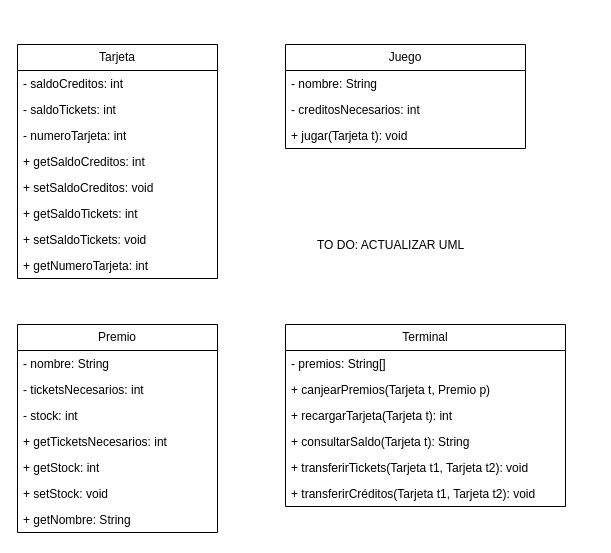
HugoDuranMachin/TrabajoRecreativos keeps this draw.io diagram as UML recreativa.drawio. Above is the earlier version. Source tidied: cells renumbered, new cells numbered last; positions are measured from the earlier drawing's top-left corner, leaving out a move shared by most shapes. Both pictures are drawn from the tidied source at 100%, with x=0, y=0 at pixel (17, 44).
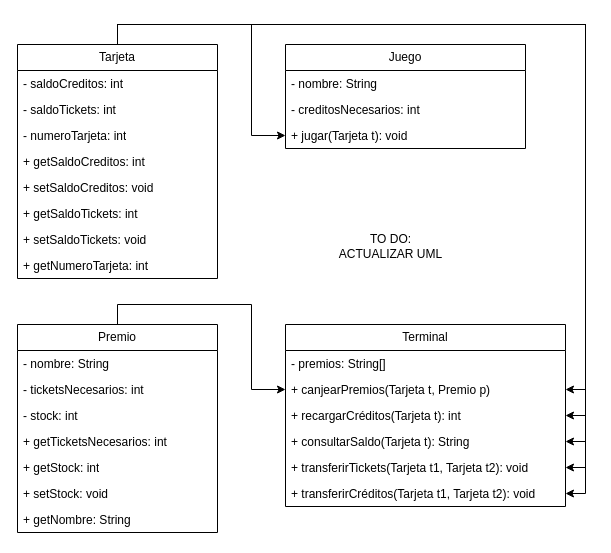
Above is the later version.

The change refers to these unchanged cells:
```xml
<mxCell id="2" value="Tarjeta" style="swimlane;fontStyle=0;horizontal=1;startSize=26;fillColor=none;whiteSpace=wrap;html=1;" parent="1" vertex="1">
  <mxGeometry width="200" height="234" as="geometry" />
</mxCell>
<mxCell id="14" value="+ jugar(Tarjeta t): void" style="text;strokeColor=none;fillColor=none;align=left;verticalAlign=top;spacingLeft=4;spacingRight=4;overflow=hidden;points=[[0,0.5],[1,0.5]];portConstraint=eastwest;whiteSpace=wrap;html=1;" parent="11" vertex="1">
  <mxGeometry y="78" width="240" height="26" as="geometry" />
</mxCell>
<mxCell id="15" value="Premio" style="swimlane;fontStyle=0;horizontal=1;startSize=26;fillColor=none;whiteSpace=wrap;html=1;" parent="1" vertex="1">
  <mxGeometry y="280" width="200" height="208" as="geometry" />
</mxCell>
<mxCell id="23" value="Terminal" style="swimlane;fontStyle=0;horizontal=1;startSize=26;fillColor=none;whiteSpace=wrap;html=1;" parent="1" vertex="1">
  <mxGeometry x="268" y="280" width="280" height="182" as="geometry" />
</mxCell>
<mxCell id="25" value="+ canjearPremios(Tarjeta t, Premio p)" style="text;strokeColor=none;fillColor=none;align=left;verticalAlign=top;spacingLeft=4;spacingRight=4;overflow=hidden;points=[[0,0.5],[1,0.5]];portConstraint=eastwest;whiteSpace=wrap;html=1;" parent="23" vertex="1">
  <mxGeometry y="52" width="280" height="26" as="geometry" />
</mxCell>
<mxCell id="27" value="+ consultarSaldo(Tarjeta t): String" style="text;strokeColor=none;fillColor=none;align=left;verticalAlign=top;spacingLeft=4;spacingRight=4;overflow=hidden;points=[[0,0.5],[1,0.5]];portConstraint=eastwest;whiteSpace=wrap;html=1;" parent="23" vertex="1">
  <mxGeometry y="104" width="280" height="26" as="geometry" />
</mxCell>
<mxCell id="28" value="+ transferirTickets(Tarjeta t1, Tarjeta t2): void" style="text;strokeColor=none;fillColor=none;align=left;verticalAlign=top;spacingLeft=4;spacingRight=4;overflow=hidden;points=[[0,0.5],[1,0.5]];portConstraint=eastwest;whiteSpace=wrap;html=1;" parent="23" vertex="1">
  <mxGeometry y="130" width="280" height="26" as="geometry" />
</mxCell>
<mxCell id="29" value="+ transferirCréditos(Tarjeta t1, Tarjeta t2): void" style="text;strokeColor=none;fillColor=none;align=left;verticalAlign=top;spacingLeft=4;spacingRight=4;overflow=hidden;points=[[0,0.5],[1,0.5]];portConstraint=eastwest;whiteSpace=wrap;html=1;" parent="23" vertex="1">
  <mxGeometry y="156" width="280" height="26" as="geometry" />
</mxCell>
```

Diff of the diagram source:
```diff
@@
+    <mxCell id="31" style="edgeStyle=orthogonalEdgeStyle;rounded=0;jettySize=auto;html=1;exitX=0.5;exitY=0;exitDx=0;exitDy=0;entryX=0;entryY=0.5;entryDx=0;entryDy=0;" parent="1" edge="1" source="2" target="14">
+      <mxGeometry relative="1" as="geometry" />
+    </mxCell>
+    <mxCell id="32" style="edgeStyle=orthogonalEdgeStyle;rounded=0;jettySize=auto;html=1;exitX=0.5;exitY=0;exitDx=0;exitDy=0;entryX=1;entryY=0.5;entryDx=0;entryDy=0;" parent="1" edge="1" source="2" target="25">
+      <mxGeometry relative="1" as="geometry" />
+    </mxCell>
+    <mxCell id="33" style="edgeStyle=orthogonalEdgeStyle;rounded=0;jettySize=auto;html=1;exitX=0.5;exitY=0;exitDx=0;exitDy=0;entryX=1;entryY=0.5;entryDx=0;entryDy=0;" parent="1" edge="1" source="2" target="23">
+      <mxGeometry relative="1" as="geometry" />
+    </mxCell>
+    <mxCell id="34" style="edgeStyle=orthogonalEdgeStyle;rounded=0;jettySize=auto;html=1;exitX=0.5;exitY=0;exitDx=0;exitDy=0;entryX=1;entryY=0.5;entryDx=0;entryDy=0;" parent="1" edge="1" source="2" target="27">
+      <mxGeometry relative="1" as="geometry" />
+    </mxCell>
+    <mxCell id="35" style="edgeStyle=orthogonalEdgeStyle;rounded=0;jettySize=auto;html=1;exitX=0.5;exitY=0;exitDx=0;exitDy=0;entryX=1;entryY=0.5;entryDx=0;entryDy=0;" parent="1" edge="1" source="2" target="28">
+      <mxGeometry relative="1" as="geometry" />
+    </mxCell>
+    <mxCell id="36" style="edgeStyle=orthogonalEdgeStyle;rounded=0;jettySize=auto;html=1;exitX=0.5;exitY=0;exitDx=0;exitDy=0;entryX=1;entryY=0.5;entryDx=0;entryDy=0;" parent="1" edge="1" source="2" target="29">
+      <mxGeometry relative="1" as="geometry" />
+    </mxCell>
@@
+    <mxCell id="37" style="edgeStyle=orthogonalEdgeStyle;rounded=0;jettySize=auto;html=1;exitX=0.5;exitY=0;exitDx=0;exitDy=0;entryX=0;entryY=0.5;entryDx=0;entryDy=0;" parent="1" edge="1" source="15" target="25">
+      <mxGeometry relative="1" as="geometry" />
+    </mxCell>
@@
-    <mxCell id="26" value="+ recargarTarjeta(Tarjeta t): int" style="text;strokeColor=none;fillColor=none;align=left;verticalAlign=top;spacingLeft=4;spacingRight=4;overflow=hidden;whiteSpace=wrap;html=1;" parent="23" vertex="1">
+    <mxCell id="26" value="+ recargarCréditos(Tarjeta t): int" style="text;strokeColor=none;fillColor=none;align=left;verticalAlign=top;spacingLeft=4;spacingRight=4;overflow=hidden;whiteSpace=wrap;html=1;" parent="23" vertex="1">
       <mxGeometry y="78" width="280" height="26" as="geometry" />
     </mxCell>
@@
-    <mxCell id="30" value="TO DO: ACTUALIZAR UML" style="text;html=1;align=center;verticalAlign=middle;strokeColor=none;fillColor=none;" parent="1" vertex="1">
-      <mxGeometry x="291" y="188" width="164" height="26" as="geometry" />
+    <mxCell id="30" value="&lt;div&gt;TO DO:&lt;/div&gt;&lt;div&gt;ACTUALIZAR UML&lt;/div&gt;" style="text;html=1;align=center;verticalAlign=middle;strokeColor=none;fillColor=none;" parent="1" vertex="1">
+      <mxGeometry x="313" y="181" width="120" height="41" as="geometry" />
     </mxCell>
```
